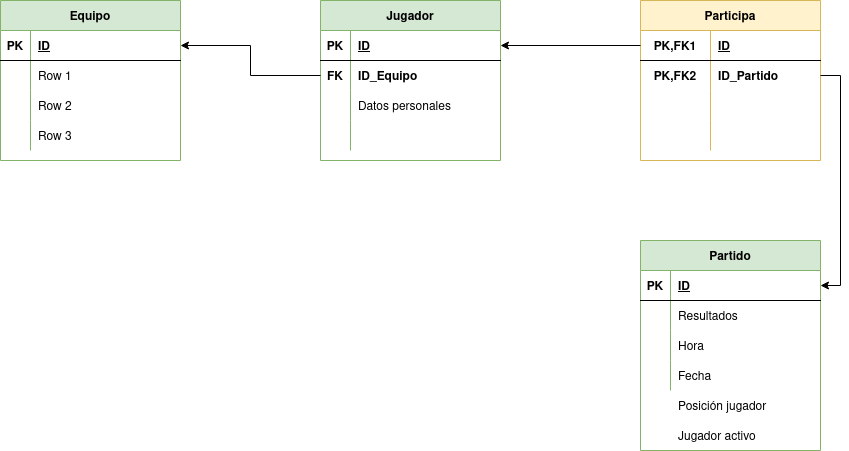
samugd17/base-datos-bae- keeps this draw.io diagram as TAREAS/Tarea7/IMG/MR7.drawio.png. Above is the earlier version. Source tidied: cells renumbered, new cells last; positions are measured from the earlier drawing's top-left corner, leaving out a move shared by most shapes.
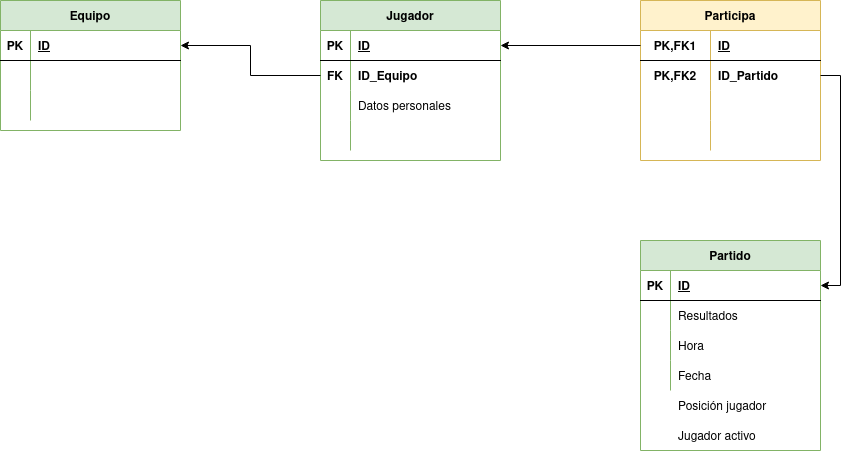
The same file after the commit.

Change to the diagram source:
```diff
@@ -3,7 +3,7 @@
     <mxCell id="0" />
     <mxCell id="1" parent="0" />
     <mxCell id="2" value="Equipo" style="shape=table;startSize=30;rowLines=0;fontStyle=1;align=center;fillColor=#d5e8d4;strokeColor=#82b366;" parent="1" vertex="1">
-      <mxGeometry width="180" height="160" as="geometry" />
+      <mxGeometry width="180" height="130" as="geometry" />
     </mxCell>
     <mxCell id="3" style="shape=tableRow;horizontal=0;startSize=0;swimlaneHead=0;swimlaneBody=0;fillColor=none;points=[[0,0.5],[1,0.5]];portConstraint=eastwest;top=0;left=0;right=0;bottom=1;" parent="2" vertex="1">
       <mxGeometry y="30" width="180" height="30" as="geometry" />
@@ -20,7 +20,7 @@
     <mxCell id="7" style="shape=partialRectangle;fillColor=none;top=0;left=0;bottom=0;right=0;overflow=hidden;" parent="6" vertex="1">
       <mxGeometry width="30" height="30" as="geometry" />
     </mxCell>
-    <mxCell id="8" value="Row 1" style="shape=partialRectangle;fillColor=none;top=0;left=0;bottom=0;right=0;align=left;spacingLeft=6;overflow=hidden;" parent="6" vertex="1">
+    <mxCell id="8" style="shape=partialRectangle;fillColor=none;top=0;left=0;bottom=0;right=0;align=left;spacingLeft=6;overflow=hidden;" parent="6" vertex="1">
       <mxGeometry x="30" width="150" height="30" as="geometry" />
     </mxCell>
     <mxCell id="9" style="shape=tableRow;horizontal=0;startSize=0;swimlaneHead=0;swimlaneBody=0;fillColor=none;top=0;left=0;right=0;bottom=0;" parent="2" vertex="1">
@@ -29,18 +29,9 @@
     <mxCell id="10" style="shape=partialRectangle;fillColor=none;top=0;left=0;bottom=0;right=0;overflow=hidden;" parent="9" vertex="1">
       <mxGeometry width="30" height="30" as="geometry" />
     </mxCell>
-    <mxCell id="11" value="Row 2" style="shape=partialRectangle;fillColor=none;top=0;left=0;bottom=0;right=0;align=left;spacingLeft=6;overflow=hidden;" parent="9" vertex="1">
+    <mxCell id="11" style="shape=partialRectangle;fillColor=none;top=0;left=0;bottom=0;right=0;align=left;spacingLeft=6;overflow=hidden;" parent="9" vertex="1">
       <mxGeometry x="30" width="150" height="30" as="geometry" />
     </mxCell>
-    <mxCell id="12" style="shape=tableRow;horizontal=0;startSize=0;swimlaneHead=0;swimlaneBody=0;fillColor=none;top=0;left=0;right=0;bottom=0;" parent="2" vertex="1">
-      <mxGeometry y="120" width="180" height="30" as="geometry" />
-    </mxCell>
-    <mxCell id="13" style="shape=partialRectangle;fillColor=none;top=0;left=0;bottom=0;right=0;overflow=hidden;" parent="12" vertex="1">
-      <mxGeometry width="30" height="30" as="geometry" />
-    </mxCell>
-    <mxCell id="14" value="Row 3" style="shape=partialRectangle;fillColor=none;top=0;left=0;bottom=0;right=0;align=left;spacingLeft=6;overflow=hidden;" parent="12" vertex="1">
-      <mxGeometry x="30" width="150" height="30" as="geometry" />
-    </mxCell>
     <mxCell id="15" value="Jugador" style="shape=table;startSize=30;rowLines=0;fontStyle=1;align=center;fillColor=#d5e8d4;strokeColor=#82b366;" parent="1" vertex="1">
       <mxGeometry x="320" width="180" height="160" as="geometry" />
     </mxCell>
```
